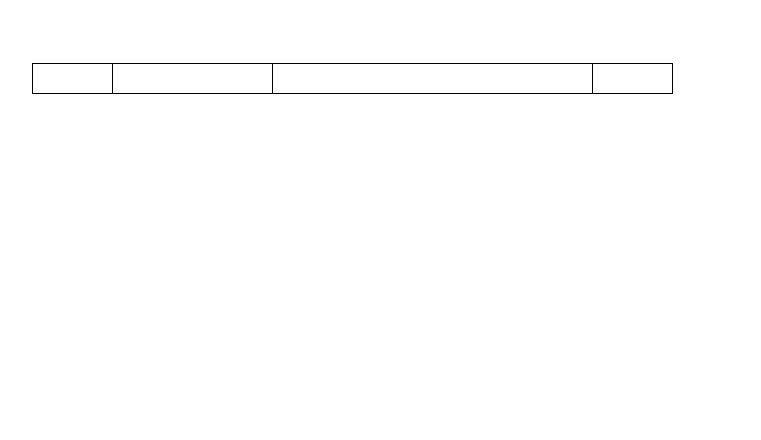
Joeyrr/draw.io keeps this draw.io diagram as XML/CABAC.drawio. Above is the earlier version. Source tidied: cells renumbered, new cells numbered last; positions are measured from the earlier drawing's top-left corner, leaving out a move shared by most shapes. Both pictures are drawn from the tidied source at 100%, with x=0, y=0 at pixel (32, 63).
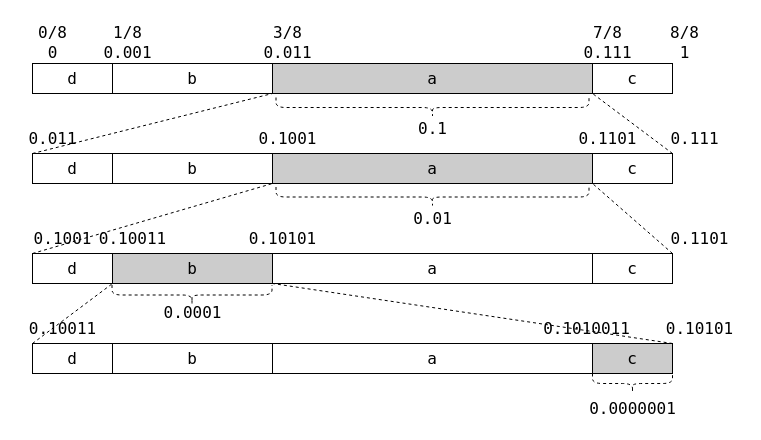
After the change.

Diff of the diagram source:
```diff
@@
-    <mxCell id="2" style="rounded=0;whiteSpace=wrap;html=1;" parent="1" vertex="1">
+    <mxCell id="2" value="&lt;font style=&quot;font-size: 16px;&quot; face=&quot;Lucida Console&quot;&gt;d&lt;/font&gt;" style="rounded=0;whiteSpace=wrap;html=1;" parent="1" vertex="1">
       <mxGeometry width="80" height="30" as="geometry" />
     </mxCell>
-    <mxCell id="3" style="rounded=0;whiteSpace=wrap;html=1;" parent="1" vertex="1">
+    <mxCell id="3" value="&lt;font style=&quot;font-size: 16px;&quot; face=&quot;Lucida Console&quot;&gt;b&lt;/font&gt;" style="rounded=0;whiteSpace=wrap;html=1;" parent="1" vertex="1">
       <mxGeometry x="80" width="160" height="30" as="geometry" />
     </mxCell>
-    <mxCell id="4" style="rounded=0;whiteSpace=wrap;html=1;" parent="1" vertex="1">
+    <mxCell id="4" value="&lt;font style=&quot;font-size: 16px;&quot; face=&quot;Lucida Console&quot;&gt;a&lt;/font&gt;" style="rounded=0;whiteSpace=wrap;html=1;fillColor=#CCCCCC;" parent="1" vertex="1">
       <mxGeometry x="240" width="320" height="30" as="geometry" />
     </mxCell>
-    <mxCell id="5" style="rounded=0;whiteSpace=wrap;html=1;" parent="1" vertex="1">
+    <mxCell id="5" value="&lt;font style=&quot;font-size: 16px;&quot; face=&quot;Lucida Console&quot;&gt;c&lt;/font&gt;" style="rounded=0;whiteSpace=wrap;html=1;" parent="1" vertex="1">
       <mxGeometry x="560" width="80" height="30" as="geometry" />
     </mxCell>
+    <mxCell id="6" value="&lt;font style=&quot;font-size: 16px;&quot; face=&quot;Lucida Console&quot;&gt;0/8&lt;/font&gt;" style="text;html=1;align=center;verticalAlign=middle;fillColor=none;strokeColor=none;rounded=0;" parent="1" vertex="1">
+      <mxGeometry x="-5" y="-46" width="50" height="30" as="geometry" />
+    </mxCell>
+    <mxCell id="7" value="&lt;font style=&quot;font-size: 16px;&quot; face=&quot;Lucida Console&quot;&gt;1/8&lt;/font&gt;" style="text;html=1;align=center;verticalAlign=middle;fillColor=none;strokeColor=none;rounded=0;" parent="1" vertex="1">
+      <mxGeometry x="70" y="-46" width="50" height="30" as="geometry" />
+    </mxCell>
+    <mxCell id="8" value="&lt;font style=&quot;font-size: 16px;&quot; face=&quot;Lucida Console&quot;&gt;3/8&lt;/font&gt;" style="text;html=1;align=center;verticalAlign=middle;fillColor=none;strokeColor=none;rounded=0;" parent="1" vertex="1">
+      <mxGeometry x="230" y="-46" width="50" height="30" as="geometry" />
+    </mxCell>
+    <mxCell id="9" value="&lt;font style=&quot;font-size: 16px;&quot; face=&quot;Lucida Console&quot;&gt;7/8&lt;/font&gt;" style="text;html=1;align=center;verticalAlign=middle;fillColor=none;strokeColor=none;rounded=0;" parent="1" vertex="1">
+      <mxGeometry x="550" y="-46" width="50" height="30" as="geometry" />
+    </mxCell>
+    <mxCell id="10" value="&lt;font style=&quot;font-size: 16px;&quot; face=&quot;Lucida Console&quot;&gt;8/8&lt;/font&gt;" style="text;html=1;align=center;verticalAlign=middle;fillColor=none;strokeColor=none;rounded=0;" parent="1" vertex="1">
+      <mxGeometry x="627" y="-46" width="50" height="30" as="geometry" />
+    </mxCell>
+    <mxCell id="11" value="&lt;font style=&quot;font-size: 16px;&quot; face=&quot;Lucida Console&quot;&gt;0&lt;/font&gt;" style="text;html=1;align=center;verticalAlign=middle;fillColor=none;strokeColor=none;rounded=0;" parent="1" vertex="1">
+      <mxGeometry x="5" y="-26" width="30" height="30" as="geometry" />
+    </mxCell>
+    <mxCell id="12" value="&lt;font style=&quot;font-size: 16px;&quot; face=&quot;Lucida Console&quot;&gt;0.001&lt;/font&gt;" style="text;html=1;align=center;verticalAlign=middle;fillColor=none;strokeColor=none;rounded=0;" parent="1" vertex="1">
+      <mxGeometry x="60" y="-26" width="70" height="30" as="geometry" />
+    </mxCell>
+    <mxCell id="13" value="&lt;font style=&quot;font-size: 16px;&quot; face=&quot;Lucida Console&quot;&gt;0.011&lt;/font&gt;" style="text;html=1;align=center;verticalAlign=middle;fillColor=none;strokeColor=none;rounded=0;" parent="1" vertex="1">
+      <mxGeometry x="220" y="-26" width="70" height="30" as="geometry" />
+    </mxCell>
+    <mxCell id="14" value="&lt;font style=&quot;font-size: 16px;&quot; face=&quot;Lucida Console&quot;&gt;0.111&lt;/font&gt;" style="text;html=1;align=center;verticalAlign=middle;fillColor=none;strokeColor=none;rounded=0;" parent="1" vertex="1">
+      <mxGeometry x="540" y="-26" width="70" height="30" as="geometry" />
+    </mxCell>
+    <mxCell id="15" value="&lt;font style=&quot;font-size: 16px;&quot; face=&quot;Lucida Console&quot;&gt;1&lt;/font&gt;" style="text;html=1;align=center;verticalAlign=middle;fillColor=none;strokeColor=none;rounded=0;" parent="1" vertex="1">
+      <mxGeometry x="637" y="-26" width="30" height="30" as="geometry" />
+    </mxCell>
+    <mxCell id="16" value="&lt;font style=&quot;font-size: 16px;&quot; face=&quot;Lucida Console&quot;&gt;d&lt;/font&gt;" style="rounded=0;whiteSpace=wrap;html=1;" parent="1" vertex="1">
+      <mxGeometry y="90" width="80" height="30" as="geometry" />
+    </mxCell>
+    <mxCell id="17" value="&lt;font style=&quot;font-size: 16px;&quot; face=&quot;Lucida Console&quot;&gt;b&lt;/font&gt;" style="rounded=0;whiteSpace=wrap;html=1;" parent="1" vertex="1">
+      <mxGeometry x="80" y="90" width="160" height="30" as="geometry" />
+    </mxCell>
+    <mxCell id="18" value="&lt;font style=&quot;font-size: 16px;&quot; face=&quot;Lucida Console&quot;&gt;a&lt;/font&gt;" style="rounded=0;whiteSpace=wrap;html=1;fillColor=#CCCCCC;" parent="1" vertex="1">
+      <mxGeometry x="240" y="90" width="320" height="30" as="geometry" />
+    </mxCell>
+    <mxCell id="19" value="&lt;font style=&quot;font-size: 16px;&quot; face=&quot;Lucida Console&quot;&gt;c&lt;/font&gt;" style="rounded=0;whiteSpace=wrap;html=1;" parent="1" vertex="1">
+      <mxGeometry x="560" y="90" width="80" height="30" as="geometry" />
+    </mxCell>
+    <mxCell id="20" style="shape=curlyBracket;whiteSpace=wrap;html=1;rounded=1;fontFamily=Lucida Console;fontSize=16;fillColor=#CCCCCC;rotation=-90;dashed=1;" parent="1" vertex="1">
+      <mxGeometry x="390" y="-112.5" width="20" height="313" as="geometry" />
+    </mxCell>
+    <mxCell id="21" value="&lt;font style=&quot;font-size: 16px;&quot; face=&quot;Lucida Console&quot;&gt;0.1&lt;/font&gt;" style="text;html=1;align=center;verticalAlign=middle;fillColor=none;strokeColor=none;rounded=0;" parent="1" vertex="1">
+      <mxGeometry x="375" y="50" width="50" height="30" as="geometry" />
+    </mxCell>
+    <mxCell id="22" style="endArrow=none;dashed=1;html=1;strokeWidth=1;rounded=0;fontFamily=Lucida Console;fontSize=16;entryX=1;entryY=1;entryDx=0;entryDy=0;exitX=0;exitY=0;exitDx=0;exitDy=0;" parent="1" edge="1" source="16" target="3">
+      <mxGeometry relative="1" as="geometry" />
+    </mxCell>
+    <mxCell id="23" style="endArrow=none;dashed=1;html=1;strokeWidth=1;rounded=0;fontFamily=Lucida Console;fontSize=16;entryX=1;entryY=1;entryDx=0;entryDy=0;exitX=1;exitY=0;exitDx=0;exitDy=0;" parent="1" edge="1" source="19" target="4">
+      <mxGeometry relative="1" as="geometry" />
+    </mxCell>
+    <mxCell id="24" value="&lt;font style=&quot;font-size: 16px;&quot; face=&quot;Lucida Console&quot;&gt;0.011&lt;/font&gt;" style="text;html=1;align=center;verticalAlign=middle;fillColor=none;strokeColor=none;rounded=0;" parent="1" vertex="1">
+      <mxGeometry x="-15" y="60" width="70" height="30" as="geometry" />
+    </mxCell>
+    <mxCell id="25" value="&lt;font style=&quot;font-size: 16px;&quot; face=&quot;Lucida Console&quot;&gt;0.1001&lt;/font&gt;" style="text;html=1;align=center;verticalAlign=middle;fillColor=none;strokeColor=none;rounded=0;" parent="1" vertex="1">
+      <mxGeometry x="215" y="60" width="80" height="30" as="geometry" />
+    </mxCell>
+    <mxCell id="26" value="&lt;font style=&quot;font-size: 16px;&quot; face=&quot;Lucida Console&quot;&gt;0.1101&lt;/font&gt;" style="text;html=1;align=center;verticalAlign=middle;fillColor=none;strokeColor=none;rounded=0;" parent="1" vertex="1">
+      <mxGeometry x="535" y="60" width="80" height="30" as="geometry" />
+    </mxCell>
+    <mxCell id="27" value="&lt;font style=&quot;font-size: 16px;&quot; face=&quot;Lucida Console&quot;&gt;0.111&lt;/font&gt;" style="text;html=1;align=center;verticalAlign=middle;fillColor=none;strokeColor=none;rounded=0;" parent="1" vertex="1">
+      <mxGeometry x="627" y="60" width="70" height="30" as="geometry" />
+    </mxCell>
+    <mxCell id="28" value="&lt;font style=&quot;font-size: 16px;&quot; face=&quot;Lucida Console&quot;&gt;d&lt;/font&gt;" style="rounded=0;whiteSpace=wrap;html=1;" parent="1" vertex="1">
+      <mxGeometry y="190" width="80" height="30" as="geometry" />
+    </mxCell>
+    <mxCell id="29" value="&lt;font style=&quot;font-size: 16px;&quot; face=&quot;Lucida Console&quot;&gt;b&lt;/font&gt;" style="rounded=0;whiteSpace=wrap;html=1;fillColor=#CCCCCC;" parent="1" vertex="1">
+      <mxGeometry x="80" y="190" width="160" height="30" as="geometry" />
+    </mxCell>
+    <mxCell id="30" value="&lt;font style=&quot;font-size: 16px;&quot; face=&quot;Lucida Console&quot;&gt;a&lt;/font&gt;" style="rounded=0;whiteSpace=wrap;html=1;fillColor=#FFFFFF;" parent="1" vertex="1">
+      <mxGeometry x="240" y="190" width="320" height="30" as="geometry" />
+    </mxCell>
+    <mxCell id="31" value="&lt;font style=&quot;font-size: 16px;&quot; face=&quot;Lucida Console&quot;&gt;c&lt;/font&gt;" style="rounded=0;whiteSpace=wrap;html=1;" parent="1" vertex="1">
+      <mxGeometry x="560" y="190" width="80" height="30" as="geometry" />
+    </mxCell>
+    <mxCell id="32" style="shape=curlyBracket;whiteSpace=wrap;html=1;rounded=1;fontFamily=Lucida Console;fontSize=16;fillColor=#CCCCCC;rotation=-90;dashed=1;" parent="1" vertex="1">
+      <mxGeometry x="390" y="-23" width="20" height="313" as="geometry" />
+    </mxCell>
+    <mxCell id="33" value="&lt;font style=&quot;font-size: 16px;&quot; face=&quot;Lucida Console&quot;&gt;0.01&lt;/font&gt;" style="text;html=1;align=center;verticalAlign=middle;fillColor=none;strokeColor=none;rounded=0;" parent="1" vertex="1">
+      <mxGeometry x="370" y="140" width="60" height="30" as="geometry" />
+    </mxCell>
+    <mxCell id="34" style="endArrow=none;dashed=1;html=1;strokeWidth=1;rounded=0;fontFamily=Lucida Console;fontSize=16;entryX=1;entryY=1;entryDx=0;entryDy=0;exitX=0;exitY=0;exitDx=0;exitDy=0;" parent="1" edge="1" source="28" target="17">
+      <mxGeometry relative="1" as="geometry" />
+    </mxCell>
+    <mxCell id="35" style="endArrow=none;dashed=1;html=1;strokeWidth=1;rounded=0;fontFamily=Lucida Console;fontSize=16;entryX=0;entryY=1;entryDx=0;entryDy=0;exitX=1;exitY=0;exitDx=0;exitDy=0;" parent="1" edge="1" source="31" target="19">
+      <mxGeometry relative="1" as="geometry" />
+    </mxCell>
+    <mxCell id="36" value="&lt;font style=&quot;font-size: 16px;&quot; face=&quot;Lucida Console&quot;&gt;0.1001&lt;/font&gt;" style="text;html=1;align=center;verticalAlign=middle;fillColor=none;strokeColor=none;rounded=0;" parent="1" vertex="1">
+      <mxGeometry x="-10" y="160" width="80" height="30" as="geometry" />
+    </mxCell>
+    <mxCell id="37" value="&lt;font style=&quot;font-size: 16px;&quot; face=&quot;Lucida Console&quot;&gt;0.10011&lt;/font&gt;" style="text;html=1;align=center;verticalAlign=middle;fillColor=none;strokeColor=none;rounded=0;" parent="1" vertex="1">
+      <mxGeometry x="55" y="160" width="90" height="30" as="geometry" />
+    </mxCell>
+    <mxCell id="38" value="&lt;font style=&quot;font-size: 16px;&quot; face=&quot;Lucida Console&quot;&gt;0.10101&lt;/font&gt;" style="text;html=1;align=center;verticalAlign=middle;fillColor=none;strokeColor=none;rounded=0;" parent="1" vertex="1">
+      <mxGeometry x="205" y="160" width="90" height="30" as="geometry" />
+    </mxCell>
+    <mxCell id="39" value="&lt;font style=&quot;font-size: 16px;&quot; face=&quot;Lucida Console&quot;&gt;0.1101&lt;/font&gt;" style="text;html=1;align=center;verticalAlign=middle;fillColor=none;strokeColor=none;rounded=0;" parent="1" vertex="1">
+      <mxGeometry x="627" y="160" width="80" height="30" as="geometry" />
+    </mxCell>
+    <mxCell id="40" value="&lt;font style=&quot;font-size: 16px;&quot; face=&quot;Lucida Console&quot;&gt;d&lt;/font&gt;" style="rounded=0;whiteSpace=wrap;html=1;" parent="1" vertex="1">
+      <mxGeometry y="280" width="80" height="30" as="geometry" />
+    </mxCell>
+    <mxCell id="41" value="&lt;font style=&quot;font-size: 16px;&quot; face=&quot;Lucida Console&quot;&gt;b&lt;/font&gt;" style="rounded=0;whiteSpace=wrap;html=1;fillColor=#FFFFFF;" parent="1" vertex="1">
+      <mxGeometry x="80" y="280" width="160" height="30" as="geometry" />
+    </mxCell>
+    <mxCell id="42" value="&lt;font style=&quot;font-size: 16px;&quot; face=&quot;Lucida Console&quot;&gt;a&lt;/font&gt;" style="rounded=0;whiteSpace=wrap;html=1;fillColor=#FFFFFF;" parent="1" vertex="1">
+      <mxGeometry x="240" y="280" width="320" height="30" as="geometry" />
+    </mxCell>
+    <mxCell id="43" value="&lt;font style=&quot;font-size: 16px;&quot; face=&quot;Lucida Console&quot;&gt;c&lt;/font&gt;" style="rounded=0;whiteSpace=wrap;html=1;fillColor=#CCCCCC;" parent="1" vertex="1">
+      <mxGeometry x="560" y="280" width="80" height="30" as="geometry" />
+    </mxCell>
+    <mxCell id="44" value="&lt;font style=&quot;font-size: 16px;&quot; face=&quot;Lucida Console&quot;&gt;0.10011&lt;/font&gt;" style="text;html=1;align=center;verticalAlign=middle;fillColor=none;strokeColor=none;rounded=0;" parent="1" vertex="1">
+      <mxGeometry x="-15" y="250" width="90" height="30" as="geometry" />
+    </mxCell>
+    <mxCell id="45" value="&lt;font style=&quot;font-size: 16px;&quot; face=&quot;Lucida Console&quot;&gt;0.10101&lt;/font&gt;" style="text;html=1;align=center;verticalAlign=middle;fillColor=none;strokeColor=none;rounded=0;" parent="1" vertex="1">
+      <mxGeometry x="622" y="250" width="90" height="30" as="geometry" />
+    </mxCell>
+    <mxCell id="46" style="shape=curlyBracket;whiteSpace=wrap;html=1;rounded=1;fontFamily=Lucida Console;fontSize=16;fillColor=#CCCCCC;rotation=-90;dashed=1;" parent="1" vertex="1">
+      <mxGeometry x="149.5" y="151.5" width="20" height="160" as="geometry" />
+    </mxCell>
+    <mxCell id="47" value="&lt;font style=&quot;font-size: 16px;&quot; face=&quot;Lucida Console&quot;&gt;0.0001&lt;/font&gt;" style="text;html=1;align=center;verticalAlign=middle;fillColor=none;strokeColor=none;rounded=0;" parent="1" vertex="1">
+      <mxGeometry x="120" y="234" width="80" height="30" as="geometry" />
+    </mxCell>
+    <mxCell id="48" style="endArrow=none;dashed=1;html=1;strokeWidth=1;rounded=0;fontFamily=Lucida Console;fontSize=16;entryX=0;entryY=1;entryDx=0;entryDy=0;exitX=0;exitY=0;exitDx=0;exitDy=0;" parent="1" edge="1" source="40" target="29">
+      <mxGeometry relative="1" as="geometry" />
+    </mxCell>
+    <mxCell id="49" style="endArrow=none;dashed=1;html=1;strokeWidth=1;rounded=0;fontFamily=Lucida Console;fontSize=16;exitX=1;exitY=0;exitDx=0;exitDy=0;" parent="1" edge="1" source="43">
+      <mxGeometry relative="1" as="geometry">
+        <mxPoint x="240" y="220" as="targetPoint" />
+      </mxGeometry>
+    </mxCell>
+    <mxCell id="50" value="&lt;font style=&quot;font-size: 16px;&quot; face=&quot;Lucida Console&quot;&gt;0.1010011&lt;/font&gt;" style="text;html=1;align=center;verticalAlign=middle;fillColor=none;strokeColor=none;rounded=0;" parent="1" vertex="1">
+      <mxGeometry x="499" y="250" width="110" height="30" as="geometry" />
+    </mxCell>
+    <mxCell id="51" style="shape=curlyBracket;whiteSpace=wrap;html=1;rounded=1;fontFamily=Lucida Console;fontSize=16;fillColor=#CCCCCC;rotation=-90;dashed=1;" parent="1" vertex="1">
+      <mxGeometry x="590" y="280" width="20" height="80" as="geometry" />
+    </mxCell>
+    <mxCell id="52" value="&lt;font style=&quot;font-size: 16px;&quot; face=&quot;Lucida Console&quot;&gt;0.0000001&lt;/font&gt;" style="text;html=1;align=center;verticalAlign=middle;fillColor=none;strokeColor=none;rounded=0;" parent="1" vertex="1">
+      <mxGeometry x="545" y="330" width="110" height="30" as="geometry" />
+    </mxCell>
```
